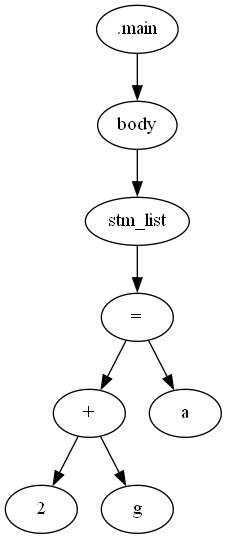
The Graphviz diagram printers/images/Digraph.gv.png in KianBankeLarsen/Compiler, before a commit. Its source is kept beside it as printers/images/Digraph.gv.
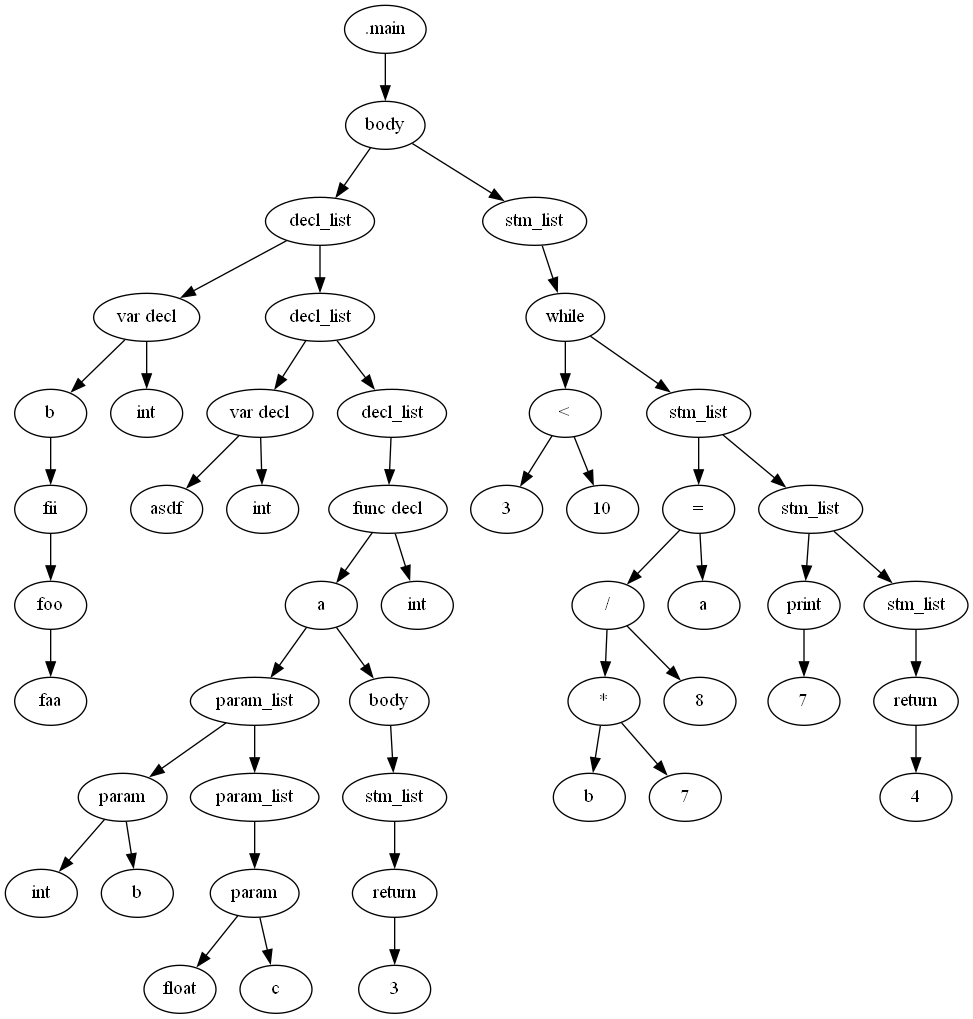
The same file after the commit.

What changed in the source:
```diff
@@ -1,17 +1,97 @@
 digraph {
-	0 [label=stm_list]
-	1 [label=2]
-	2 [label=g]
-	3 [label="+"]
-	3 -> 1
-	3 -> 2
-	4 [label="="]
-	5 [label=a]
+	0 [label=".main"]
+	1 [label=body]
+	2 [label=b]
+	3 [label=fii]
+	4 [label=foo]
+	5 [label=faa]
 	4 -> 5
-	4 -> 3
-	0 -> 4
-	6 [label=body]
-	6 -> 0
-	7 [label=".main"]
+	3 -> 4
+	2 -> 3
+	6 [label=int]
+	7 [label="var decl"]
+	7 -> 2
 	7 -> 6
+	8 [label=decl_list]
+	9 [label=asdf]
+	10 [label=int]
+	11 [label="var decl"]
+	11 -> 9
+	11 -> 10
+	12 [label=decl_list]
+	13 [label=a]
+	14 [label=param]
+	15 [label=int]
+	16 [label=b]
+	14 -> 15
+	14 -> 16
+	17 [label=param_list]
+	17 -> 14
+	18 [label=param]
+	19 [label=float]
+	20 [label=c]
+	18 -> 19
+	18 -> 20
+	21 [label=param_list]
+	21 -> 18
+	17 -> 21
+	13 -> 17
+	22 [label=body]
+	23 [label=stm_list]
+	24 [label=3]
+	25 [label=return]
+	25 -> 24
+	23 -> 25
+	22 -> 23
+	13 -> 22
+	26 [label=int]
+	27 [label="func decl"]
+	27 -> 13
+	27 -> 26
+	28 [label=decl_list]
+	28 -> 27
+	12 -> 28
+	12 -> 11
+	8 -> 12
+	8 -> 7
+	1 -> 8
+	29 [label=stm_list]
+	30 [label=3]
+	31 [label=10]
+	32 [label="<"]
+	32 -> 30
+	32 -> 31
+	33 [label=stm_list]
+	34 [label=b]
+	35 [label=7]
+	36 [label="*"]
+	36 -> 34
+	36 -> 35
+	37 [label=8]
+	38 [label="/"]
+	38 -> 36
+	38 -> 37
+	39 [label="="]
+	40 [label=a]
+	39 -> 40
+	39 -> 38
+	33 -> 39
+	41 [label=stm_list]
+	42 [label=7]
+	43 [label=print]
+	43 -> 42
+	41 -> 43
+	44 [label=stm_list]
+	45 [label=4]
+	46 [label=return]
+	46 -> 45
+	44 -> 46
+	41 -> 44
+	33 -> 41
+	47 [label=while]
+	47 -> 32
+	47 -> 33
+	29 -> 47
+	1 -> 29
+	0 -> 1
 }
```
